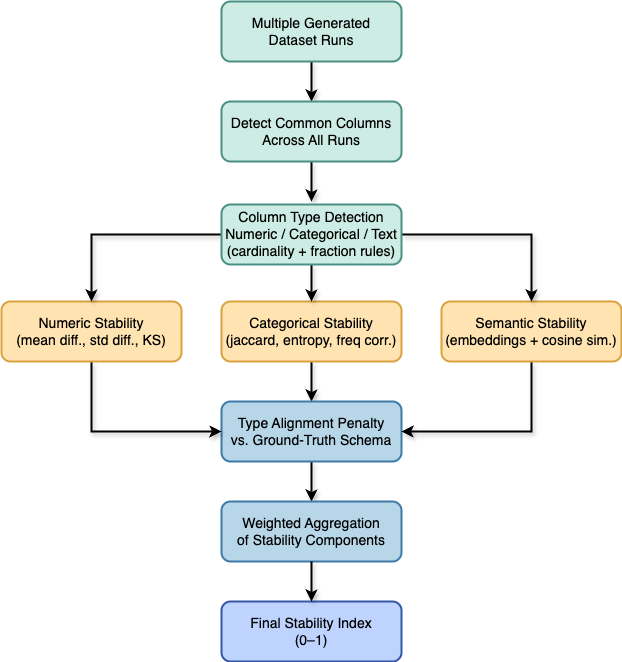
Before: figures/flowchart_stability.png, a diagram exported from draw.io (veronhoxha/master_thesis). Source tidied: cells renumbered, new cells last; positions are measured from the earlier drawing's top-left corner, leaving out a move shared by most shapes.
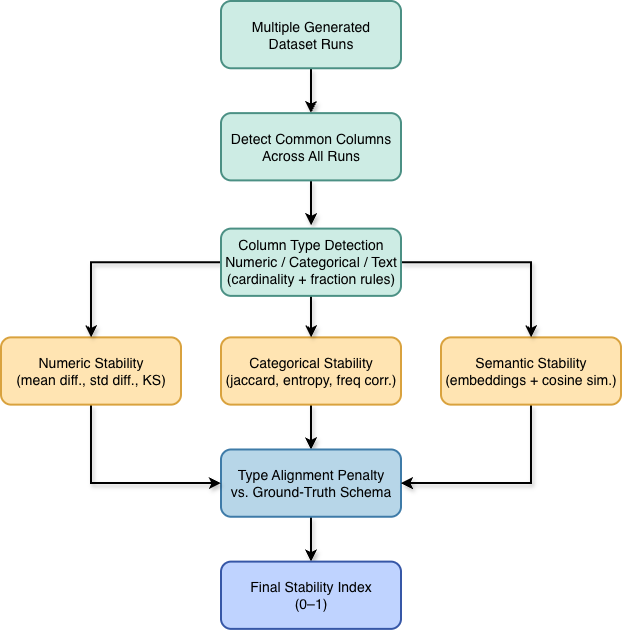
The same diagram one commit later.

Change to the diagram source:
```diff
@@ -2,70 +2,63 @@
   <root>
     <mxCell id="0" />
     <mxCell id="1" parent="0" />
-    <mxCell id="2" style="group;" parent="1" vertex="1">
-      <mxGeometry width="620" height="660" as="geometry" />
-    </mxCell>
-    <mxCell id="3" value="&lt;div&gt;Final Stability Index&lt;/div&gt;&lt;div&gt;(0–1)&lt;/div&gt;" style="rounded=1;whiteSpace=wrap;html=1;strokeWidth=2;fillColor=#BFD3FF;strokeColor=#3657A7;fontSize=14;" parent="2" vertex="1">
-      <mxGeometry x="220" y="600" width="180" height="60" as="geometry" />
-    </mxCell>
-    <mxCell id="4" style="group;" parent="2" vertex="1">
-      <mxGeometry width="620" height="560" as="geometry" />
-    </mxCell>
+    <mxCell id="23" style="group;" parent="1" vertex="1">
+      <mxGeometry y="30" width="620" height="627.9" as="geometry" />
+    </mxCell>
-    <mxCell id="5" style="edgeStyle=orthogonalEdgeStyle;rounded=0;jettySize=auto;html=1;exitX=0.5;exitY=1;exitDx=0;exitDy=0;entryX=0.5;entryY=0;entryDx=0;entryDy=0;strokeWidth=2;shadow=1;" parent="4" edge="1" source="6" target="8">
+    <mxCell id="5" style="edgeStyle=orthogonalEdgeStyle;rounded=0;jettySize=auto;html=1;exitX=0.5;exitY=1;exitDx=0;exitDy=0;entryX=0.5;entryY=0;entryDx=0;entryDy=0;strokeWidth=2;shadow=1;" parent="23" edge="1" source="6" target="8">
       <mxGeometry relative="1" as="geometry" />
     </mxCell>
-    <mxCell id="6" value="&lt;div&gt;Multiple Generated&lt;/div&gt;&lt;div&gt;Dataset Runs&lt;/div&gt;" style="rounded=1;whiteSpace=wrap;html=1;strokeWidth=2;fillColor=#CDECE4;strokeColor=#4B9084;fontSize=14;" parent="4" vertex="1">
-      <mxGeometry x="220" width="180" height="60" as="geometry" />
+    <mxCell id="6" value="&lt;div&gt;Multiple Generated&lt;/div&gt;&lt;div&gt;Dataset Runs&lt;/div&gt;" style="rounded=1;whiteSpace=wrap;html=1;strokeWidth=2;fillColor=#CDECE4;strokeColor=#4B9084;fontSize=14;" parent="23" vertex="1">
+      <mxGeometry x="220" width="180" height="67.3" as="geometry" />
     </mxCell>
-    <mxCell id="7" style="edgeStyle=orthogonalEdgeStyle;rounded=0;jettySize=auto;html=1;exitX=0.5;exitY=1;exitDx=0;exitDy=0;strokeWidth=2;shadow=1;" parent="4" edge="1" source="8">
+    <mxCell id="7" style="edgeStyle=orthogonalEdgeStyle;rounded=0;jettySize=auto;html=1;exitX=0.5;exitY=1;exitDx=0;exitDy=0;strokeWidth=2;shadow=1;" parent="23" edge="1" source="8">
       <mxGeometry relative="1" as="geometry">
-        <mxPoint x="310" y="200" as="targetPoint" />
+        <mxPoint x="310" y="224.2" as="targetPoint" />
       </mxGeometry>
     </mxCell>
-    <mxCell id="8" value="&lt;div&gt;Detect Common Columns&lt;/div&gt;&lt;div&gt;Across All Runs&lt;/div&gt;" style="rounded=1;whiteSpace=wrap;html=1;strokeWidth=2;fillColor=#CDECE4;strokeColor=#4B9084;fontSize=14;" parent="4" vertex="1">
-      <mxGeometry x="220" y="100" width="180" height="60" as="geometry" />
+    <mxCell id="8" value="&lt;div&gt;Detect Common Columns&lt;/div&gt;&lt;div&gt;Across All Runs&lt;/div&gt;" style="rounded=1;whiteSpace=wrap;html=1;strokeWidth=2;fillColor=#CDECE4;strokeColor=#4B9084;fontSize=14;" parent="23" vertex="1">
+      <mxGeometry x="220" y="112.1" width="180" height="67.3" as="geometry" />
     </mxCell>
-    <mxCell id="9" style="edgeStyle=orthogonalEdgeStyle;rounded=0;jettySize=auto;html=1;exitX=0.5;exitY=1;exitDx=0;exitDy=0;entryX=0.5;entryY=0;entryDx=0;entryDy=0;strokeWidth=2;shadow=1;" parent="4" edge="1" source="10" target="12">
+    <mxCell id="9" style="edgeStyle=orthogonalEdgeStyle;rounded=0;jettySize=auto;html=1;exitX=0.5;exitY=1;exitDx=0;exitDy=0;entryX=0.5;entryY=0;entryDx=0;entryDy=0;strokeWidth=2;shadow=1;" parent="23" edge="1" source="10" target="12">
       <mxGeometry relative="1" as="geometry" />
     </mxCell>
-    <mxCell id="10" value="&lt;div&gt;Categorical Stability&lt;/div&gt;&lt;div&gt;(jaccard, entropy, freq corr.)&lt;/div&gt;" style="rounded=1;whiteSpace=wrap;html=1;strokeWidth=2;fillColor=#FFE4B2;strokeColor=#D9A23E;fontSize=14;" parent="4" vertex="1">
-      <mxGeometry x="220" y="300" width="180" height="60" as="geometry" />
+    <mxCell id="10" value="&lt;div&gt;Categorical Stability&lt;/div&gt;&lt;div&gt;(jaccard, entropy, freq corr.)&lt;/div&gt;" style="rounded=1;whiteSpace=wrap;html=1;strokeWidth=2;fillColor=#FFE4B2;strokeColor=#D9A23E;fontSize=14;" parent="23" vertex="1">
+      <mxGeometry x="220" y="336.4" width="180" height="67.3" as="geometry" />
     </mxCell>
-    <mxCell id="11" style="edgeStyle=orthogonalEdgeStyle;rounded=0;jettySize=auto;html=1;exitX=0.5;exitY=1;exitDx=0;exitDy=0;entryX=0.5;entryY=0;entryDx=0;entryDy=0;strokeWidth=2;shadow=1;" parent="4" edge="1" source="12" target="17">
-      <mxGeometry relative="1" as="geometry" />
+    <mxCell id="11" style="edgeStyle=orthogonalEdgeStyle;rounded=0;jettySize=auto;html=1;exitX=0.5;exitY=1;exitDx=0;exitDy=0;entryX=0.5;entryY=0;entryDx=0;entryDy=0;strokeWidth=2;shadow=1;" parent="23" edge="1" source="12">
+      <mxGeometry relative="1" as="geometry">
+        <mxPoint x="310" y="560.6" as="targetPoint" />
+      </mxGeometry>
     </mxCell>
-    <mxCell id="12" value="&lt;div&gt;Type Alignment Penalty&lt;/div&gt;&lt;div&gt;vs. Ground-Truth Schema&lt;/div&gt;" style="rounded=1;whiteSpace=wrap;html=1;strokeWidth=2;fillColor=#B7D6E8;strokeColor=#3E7BA8;fontSize=14;" parent="4" vertex="1">
-      <mxGeometry x="220" y="400" width="180" height="60" as="geometry" />
+    <mxCell id="12" value="&lt;div&gt;Type Alignment Penalty&lt;/div&gt;&lt;div&gt;vs. Ground-Truth Schema&lt;/div&gt;" style="rounded=1;whiteSpace=wrap;html=1;strokeWidth=2;fillColor=#B7D6E8;strokeColor=#3E7BA8;fontSize=14;" parent="23" vertex="1">
+      <mxGeometry x="220" y="448.5" width="180" height="67.3" as="geometry" />
     </mxCell>
-    <mxCell id="13" style="edgeStyle=orthogonalEdgeStyle;rounded=0;jettySize=auto;html=1;exitX=0.5;exitY=1;exitDx=0;exitDy=0;entryX=0;entryY=0.5;entryDx=0;entryDy=0;strokeWidth=2;shadow=1;" parent="4" edge="1" source="14" target="12">
+    <mxCell id="13" style="edgeStyle=orthogonalEdgeStyle;rounded=0;jettySize=auto;html=1;exitX=0.5;exitY=1;exitDx=0;exitDy=0;entryX=0;entryY=0.5;entryDx=0;entryDy=0;strokeWidth=2;shadow=1;" parent="23" edge="1" source="14" target="12">
       <mxGeometry relative="1" as="geometry" />
     </mxCell>
-    <mxCell id="14" value="&lt;div&gt;Numeric Stability&lt;/div&gt;&lt;div&gt;(mean diff., std diff., KS)&lt;/div&gt;" style="rounded=1;whiteSpace=wrap;html=1;strokeWidth=2;fillColor=#FFE4B2;strokeColor=#D9A23E;fontSize=14;" parent="4" vertex="1">
-      <mxGeometry y="300" width="180" height="60" as="geometry" />
+    <mxCell id="14" value="&lt;div&gt;Numeric Stability&lt;/div&gt;&lt;div&gt;(mean diff., std diff., KS)&lt;/div&gt;" style="rounded=1;whiteSpace=wrap;html=1;strokeWidth=2;fillColor=#FFE4B2;strokeColor=#D9A23E;fontSize=14;" parent="23" vertex="1">
+      <mxGeometry y="336.4" width="180" height="67.3" as="geometry" />
     </mxCell>
-    <mxCell id="15" style="edgeStyle=orthogonalEdgeStyle;rounded=0;jettySize=auto;html=1;exitX=0.5;exitY=1;exitDx=0;exitDy=0;entryX=1;entryY=0.5;entryDx=0;entryDy=0;strokeWidth=2;shadow=1;" parent="4" edge="1" source="16" target="12">
+    <mxCell id="15" style="edgeStyle=orthogonalEdgeStyle;rounded=0;jettySize=auto;html=1;exitX=0.5;exitY=1;exitDx=0;exitDy=0;entryX=1;entryY=0.5;entryDx=0;entryDy=0;strokeWidth=2;shadow=1;" parent="23" edge="1" source="16" target="12">
       <mxGeometry relative="1" as="geometry" />
     </mxCell>
-    <mxCell id="16" value="&lt;div&gt;Semantic Stability&lt;/div&gt;&lt;div&gt;(embeddings + cosine sim.)&lt;/div&gt;" style="rounded=1;whiteSpace=wrap;html=1;strokeWidth=2;fillColor=#FFE4B2;strokeColor=#D9A23E;fontSize=14;" parent="4" vertex="1">
-      <mxGeometry x="440" y="300" width="180" height="60" as="geometry" />
+    <mxCell id="16" value="&lt;div&gt;Semantic Stability&lt;/div&gt;&lt;div&gt;(embeddings + cosine sim.)&lt;/div&gt;" style="rounded=1;whiteSpace=wrap;html=1;strokeWidth=2;fillColor=#FFE4B2;strokeColor=#D9A23E;fontSize=14;" parent="23" vertex="1">
+      <mxGeometry x="440" y="336.4" width="180" height="67.3" as="geometry" />
     </mxCell>
-    <mxCell id="17" value="&lt;div&gt;Weighted Aggregation&lt;/div&gt;&lt;div&gt;of Stability Components&lt;/div&gt;" style="rounded=1;whiteSpace=wrap;html=1;strokeWidth=2;fillColor=#B7D6E8;strokeColor=#3E7BA8;fontSize=14;" parent="4" vertex="1">
-      <mxGeometry x="220" y="500" width="180" height="60" as="geometry" />
-    </mxCell>
-    <mxCell id="18" style="edgeStyle=orthogonalEdgeStyle;rounded=0;jettySize=auto;html=1;exitX=0.5;exitY=1;exitDx=0;exitDy=0;entryX=0.5;entryY=0;entryDx=0;entryDy=0;strokeWidth=2;shadow=1;" parent="4" edge="1" source="21" target="10">
+    <mxCell id="18" style="edgeStyle=orthogonalEdgeStyle;rounded=0;jettySize=auto;html=1;exitX=0.5;exitY=1;exitDx=0;exitDy=0;entryX=0.5;entryY=0;entryDx=0;entryDy=0;strokeWidth=2;shadow=1;" parent="23" edge="1" source="21" target="10">
       <mxGeometry relative="1" as="geometry" />
     </mxCell>
-    <mxCell id="19" style="edgeStyle=orthogonalEdgeStyle;rounded=0;jettySize=auto;html=1;exitX=1;exitY=0.5;exitDx=0;exitDy=0;strokeWidth=2;shadow=1;" parent="4" edge="1" source="21" target="16">
+    <mxCell id="19" style="edgeStyle=orthogonalEdgeStyle;rounded=0;jettySize=auto;html=1;exitX=1;exitY=0.5;exitDx=0;exitDy=0;strokeWidth=2;shadow=1;" parent="23" edge="1" source="21" target="16">
       <mxGeometry relative="1" as="geometry" />
     </mxCell>
-    <mxCell id="20" style="edgeStyle=orthogonalEdgeStyle;rounded=0;jettySize=auto;html=1;exitX=0;exitY=0.5;exitDx=0;exitDy=0;entryX=0.5;entryY=0;entryDx=0;entryDy=0;strokeWidth=2;shadow=1;" parent="4" edge="1" source="21" target="14">
+    <mxCell id="20" style="edgeStyle=orthogonalEdgeStyle;rounded=0;jettySize=auto;html=1;exitX=0;exitY=0.5;exitDx=0;exitDy=0;entryX=0.5;entryY=0;entryDx=0;entryDy=0;strokeWidth=2;shadow=1;" parent="23" edge="1" source="21" target="14">
       <mxGeometry relative="1" as="geometry" />
     </mxCell>
-    <mxCell id="21" value="&lt;div&gt;Column Type Detection&lt;/div&gt;&lt;div&gt;Numeric / Categorical / Text&lt;/div&gt;&lt;div&gt;(cardinality + fraction rules)&lt;/div&gt;" style="rounded=1;whiteSpace=wrap;html=1;strokeWidth=2;fillColor=#CDECE4;strokeColor=#4B9084;fontSize=14;" parent="4" vertex="1">
-      <mxGeometry x="220" y="203" width="180" height="60" as="geometry" />
+    <mxCell id="21" value="&lt;div&gt;Column Type Detection&lt;/div&gt;&lt;div&gt;Numeric / Categorical / Text&lt;/div&gt;&lt;div&gt;(cardinality + fraction rules)&lt;/div&gt;" style="rounded=1;whiteSpace=wrap;html=1;strokeWidth=2;fillColor=#CDECE4;strokeColor=#4B9084;fontSize=14;" parent="23" vertex="1">
+      <mxGeometry x="220" y="227.6" width="180" height="67.3" as="geometry" />
     </mxCell>
-    <mxCell id="22" style="edgeStyle=orthogonalEdgeStyle;rounded=0;jettySize=auto;html=1;exitX=0.5;exitY=1;exitDx=0;exitDy=0;entryX=0.5;entryY=0;entryDx=0;entryDy=0;strokeWidth=2;shadow=1;" parent="2" edge="1" source="17" target="3">
-      <mxGeometry relative="1" as="geometry" />
-    </mxCell>
+    <mxCell id="3" value="&lt;div&gt;Final Stability Index&lt;/div&gt;&lt;div&gt;(0–1)&lt;/div&gt;" style="rounded=1;whiteSpace=wrap;html=1;strokeWidth=2;fillColor=#BFD3FF;strokeColor=#3657A7;fontSize=14;" parent="23" vertex="1">
+      <mxGeometry x="220" y="560.6" width="180" height="67.3" as="geometry" />
+    </mxCell>
   </root>
 </mxGraphModel>
```
